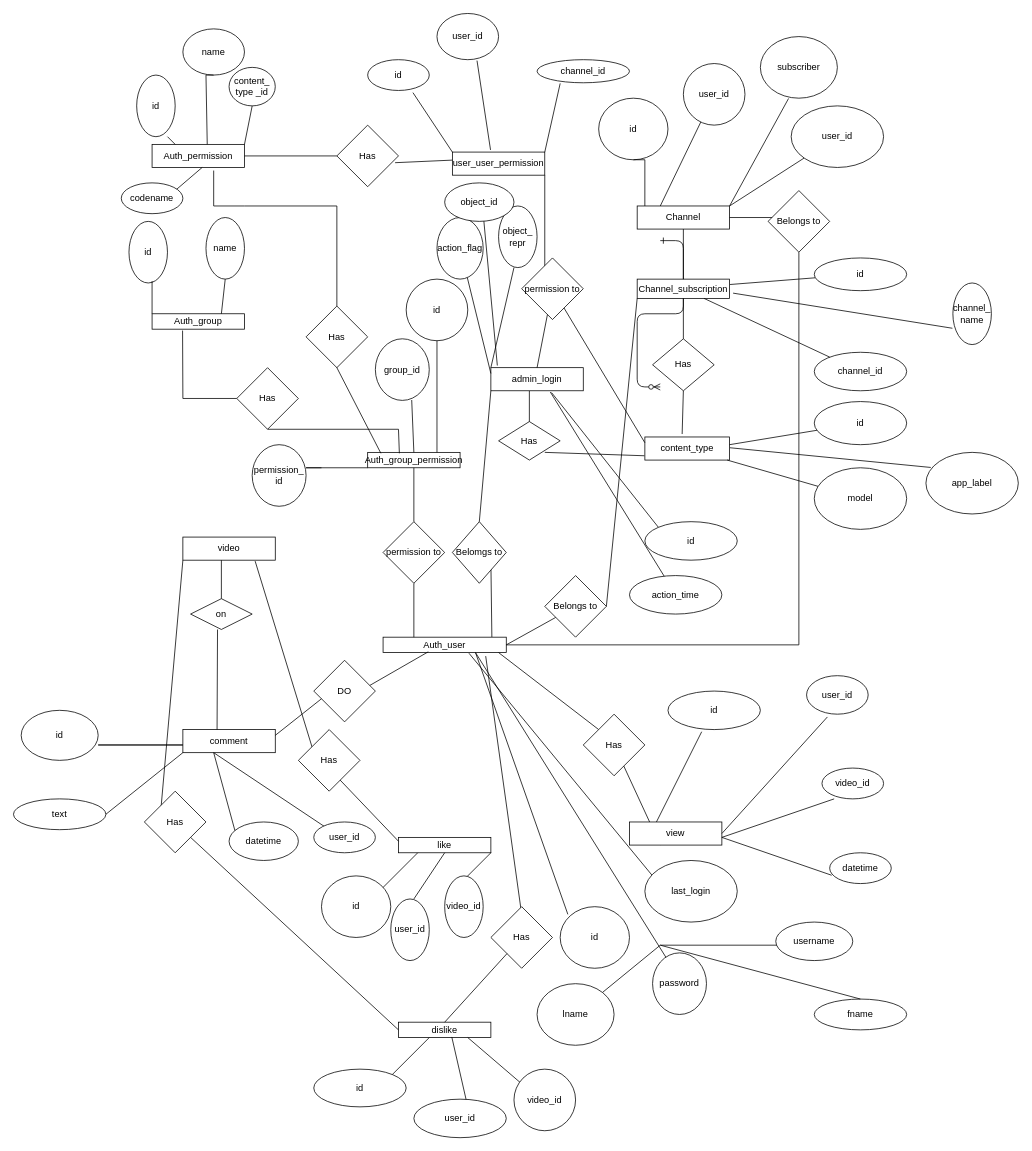
Above: Untitled Diagram.drawio in Aman-k346/Aman-k346.github.io (draw.io), before the change. Source tidied: cells renumbered, new cells numbered last; positions are measured from the earlier drawing's top-left corner, leaving out a move shared by most shapes. Both pictures are drawn from the tidied source at 77%, with x=0, y=0 at pixel (13, 13).
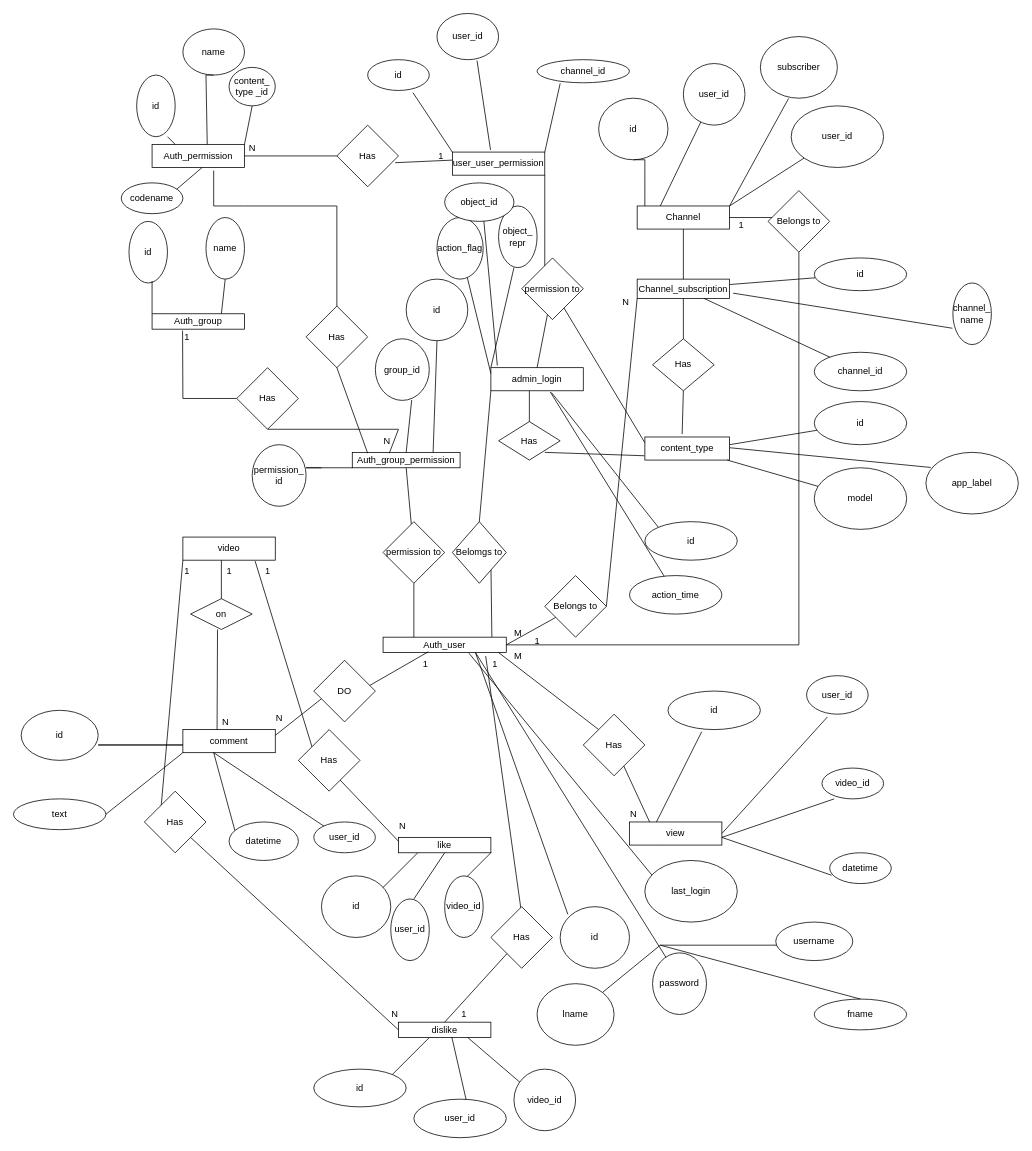
After the change.

Change to the diagram source:
```diff
@@
-    <mxCell id="2" style="edgeStyle=entityRelationEdgeStyle;endArrow=ERzeroToMany;startArrow=ERone;endFill=1;startFill=0;" parent="1" edge="1">
-      <mxGeometry relative="1" as="geometry">
-        <mxPoint x="840" y="295" as="sourcePoint" />
-        <mxPoint x="840" y="485" as="targetPoint" />
-      </mxGeometry>
-    </mxCell>
@@
     <mxCell id="6" value="Auth_group_permission" style="rounded=0;whiteSpace=wrap;html=1;" parent="1" vertex="1">
-      <mxGeometry x="460" y="570" width="120" height="20" as="geometry" />
+      <mxGeometry x="440" y="570" width="140" height="20" as="geometry" />
     </mxCell>
@@
+    <mxCell id="168" value="N" style="text;html=1;align=center;verticalAlign=middle;strokeColor=none;fillColor=none;" parent="1" vertex="1">
+      <mxGeometry x="295" y="160" width="30" height="30" as="geometry" />
+    </mxCell>
+    <mxCell id="169" value="1" style="text;html=1;align=center;verticalAlign=middle;strokeColor=none;fillColor=none;" parent="1" vertex="1">
+      <mxGeometry x="540" y="170" width="30" height="30" as="geometry" />
+    </mxCell>
+    <mxCell id="170" value="1" style="text;html=1;align=center;verticalAlign=middle;strokeColor=none;fillColor=none;" parent="1" vertex="1">
+      <mxGeometry x="210" y="405" width="30" height="30" as="geometry" />
+    </mxCell>
+    <mxCell id="171" value="N" style="text;html=1;align=center;verticalAlign=middle;strokeColor=none;fillColor=none;" parent="1" vertex="1">
+      <mxGeometry x="470" y="540" width="30" height="30" as="geometry" />
+    </mxCell>
+    <mxCell id="172" value="1" style="text;html=1;align=center;verticalAlign=middle;strokeColor=none;fillColor=none;" parent="1" vertex="1">
+      <mxGeometry x="520" y="830" width="30" height="30" as="geometry" />
+    </mxCell>
+    <mxCell id="173" value="N" style="text;html=1;align=center;verticalAlign=middle;strokeColor=none;fillColor=none;" parent="1" vertex="1">
+      <mxGeometry x="330" y="900" width="30" height="30" as="geometry" />
+    </mxCell>
+    <mxCell id="174" value="N" style="text;html=1;align=center;verticalAlign=middle;strokeColor=none;fillColor=none;" parent="1" vertex="1">
+      <mxGeometry x="260" y="905" width="30" height="30" as="geometry" />
+    </mxCell>
+    <mxCell id="175" value="1" style="text;html=1;align=center;verticalAlign=middle;strokeColor=none;fillColor=none;" parent="1" vertex="1">
+      <mxGeometry x="265" y="710" width="30" height="30" as="geometry" />
+    </mxCell>
+    <mxCell id="176" value="1" style="text;html=1;align=center;verticalAlign=middle;strokeColor=none;fillColor=none;" parent="1" vertex="1">
+      <mxGeometry x="210" y="710" width="30" height="30" as="geometry" />
+    </mxCell>
+    <mxCell id="177" value="N" style="text;html=1;align=center;verticalAlign=middle;strokeColor=none;fillColor=none;" parent="1" vertex="1">
+      <mxGeometry x="480" y="1285" width="30" height="30" as="geometry" />
+    </mxCell>
+    <mxCell id="178" value="1" style="text;html=1;align=center;verticalAlign=middle;strokeColor=none;fillColor=none;" parent="1" vertex="1">
+      <mxGeometry x="315" y="710" width="30" height="30" as="geometry" />
+    </mxCell>
+    <mxCell id="179" value="N" style="text;html=1;align=center;verticalAlign=middle;strokeColor=none;fillColor=none;" parent="1" vertex="1">
+      <mxGeometry x="490" y="1040" width="30" height="30" as="geometry" />
+    </mxCell>
+    <mxCell id="180" value="1" style="text;html=1;align=center;verticalAlign=middle;strokeColor=none;fillColor=none;" parent="1" vertex="1">
+      <mxGeometry x="610" y="830" width="30" height="30" as="geometry" />
+    </mxCell>
+    <mxCell id="181" value="1" style="text;html=1;align=center;verticalAlign=middle;strokeColor=none;fillColor=none;" parent="1" vertex="1">
+      <mxGeometry x="570" y="1285" width="30" height="30" as="geometry" />
+    </mxCell>
+    <mxCell id="182" value="M" style="text;html=1;align=center;verticalAlign=middle;strokeColor=none;fillColor=none;" parent="1" vertex="1">
+      <mxGeometry x="640" y="820" width="30" height="30" as="geometry" />
+    </mxCell>
+    <mxCell id="183" value="N" style="text;html=1;align=center;verticalAlign=middle;strokeColor=none;fillColor=none;" parent="1" vertex="1">
+      <mxGeometry x="790" y="1025" width="30" height="30" as="geometry" />
+    </mxCell>
+    <mxCell id="184" value="M" style="text;html=1;align=center;verticalAlign=middle;strokeColor=none;fillColor=none;" parent="1" vertex="1">
+      <mxGeometry x="640" y="790" width="30" height="30" as="geometry" />
+    </mxCell>
+    <mxCell id="185" value="N" style="text;html=1;align=center;verticalAlign=middle;strokeColor=none;fillColor=none;" parent="1" vertex="1">
+      <mxGeometry x="780" y="360" width="30" height="30" as="geometry" />
+    </mxCell>
+    <mxCell id="186" value="1" style="text;html=1;align=center;verticalAlign=middle;strokeColor=none;fillColor=none;" parent="1" vertex="1">
+      <mxGeometry x="665" y="800" width="30" height="30" as="geometry" />
+    </mxCell>
+    <mxCell id="187" value="1" style="text;html=1;align=center;verticalAlign=middle;strokeColor=none;fillColor=none;" parent="1" vertex="1">
+      <mxGeometry x="930" y="260" width="30" height="30" as="geometry" />
+    </mxCell>
```
